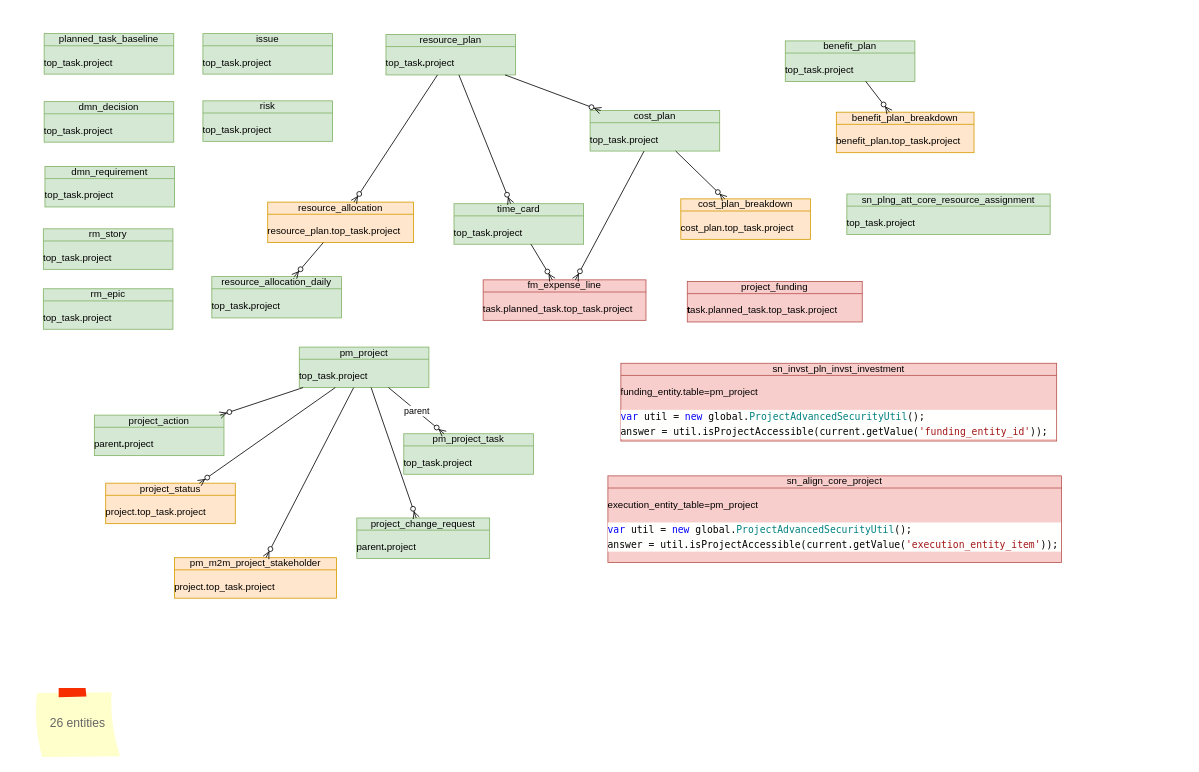
algimas/tmp keeps this draw.io diagram as page "topSecret" (3 of 15) of JTI.drawio. Above is the earlier version. Source tidied: cells renumbered, new cells numbered last; positions are measured from the earlier drawing's top-left corner, leaving out a move shared by most shapes. Both pictures are drawn from the tidied source at 81%, with x=0, y=0 at pixel (34, 33).
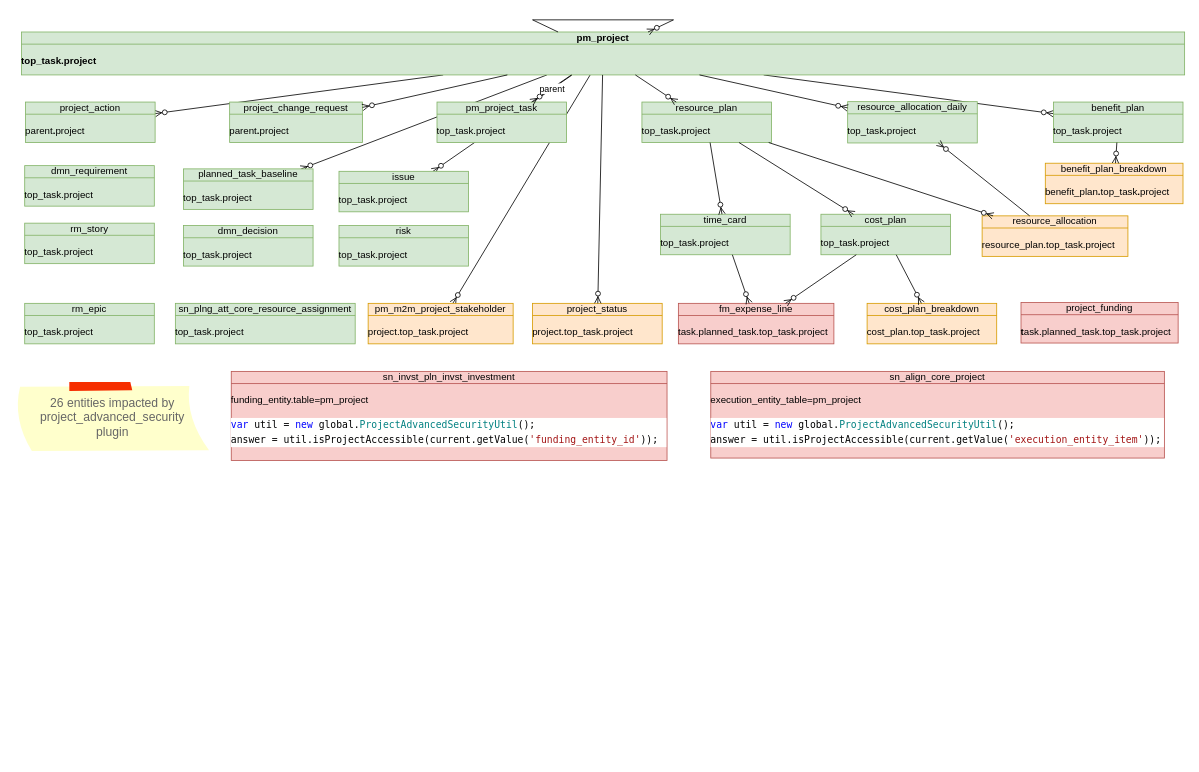
The same page after the edit.

What changed in the source:
```diff
@@
+    <mxCell id="12" style="fontSize=12;html=1;endArrow=ERzeroToMany;endFill=1;rounded=0;" parent="1" edge="1" source="2" target="11">
+      <mxGeometry relative="1" as="geometry" />
+    </mxCell>
+    <mxCell id="43" style="fontSize=12;html=1;endArrow=ERzeroToMany;endFill=1;rounded=0;" parent="1" edge="1" source="2" target="23">
+      <mxGeometry relative="1" as="geometry" />
+    </mxCell>
+    <mxCell id="44" style="fontSize=12;html=1;endArrow=ERzeroToMany;endFill=1;rounded=0;" parent="1" edge="1" source="2" target="24">
+      <mxGeometry relative="1" as="geometry" />
+    </mxCell>
+    <mxCell id="40" style="fontSize=12;html=1;endArrow=ERzeroToMany;endFill=1;rounded=0;" parent="1" edge="1" source="2" target="39">
+      <mxGeometry relative="1" as="geometry" />
+    </mxCell>
+    <mxCell id="45" style="fontSize=12;html=1;endArrow=ERzeroToMany;endFill=1;rounded=0;" parent="1" edge="1" source="2" target="10">
+      <mxGeometry relative="1" as="geometry" />
+    </mxCell>
-    <mxCell id="2" value="&lt;div&gt;&lt;span style=&quot;font-weight: normal;&quot;&gt;pm_project&lt;/span&gt;&lt;/div&gt;&lt;div&gt;&lt;br&gt;&lt;/div&gt;&lt;div align=&quot;left&quot;&gt;&lt;span style=&quot;font-weight: normal;&quot;&gt;top_task.project&lt;/span&gt;&lt;/div&gt;" style="html=1;outlineConnect=0;whiteSpace=wrap;fillColor=#d5e8d4;shape=mxgraph.archimate3.businessObject;overflow=fill;strokeColor=#82b366;fontStyle=1;" parent="1" vertex="1">
-      <mxGeometry x="327" y="387" width="160" height="50" as="geometry" />
+    <mxCell id="2" value="&lt;div&gt;pm_project&lt;/div&gt;&lt;div&gt;&lt;br&gt;&lt;/div&gt;&lt;div align=&quot;left&quot;&gt;top_task.project&lt;/div&gt;" style="html=1;outlineConnect=0;whiteSpace=wrap;fillColor=#d5e8d4;shape=mxgraph.archimate3.businessObject;overflow=fill;strokeColor=#82b366;fontStyle=1;" parent="1" vertex="1">
+      <mxGeometry x="-16" y="-2" width="1436" height="53" as="geometry" />
     </mxCell>
     <mxCell id="3" value="&lt;div&gt;&lt;span style=&quot;font-weight: normal;&quot;&gt;project_status&lt;/span&gt;&lt;/div&gt;&lt;div&gt;&lt;br&gt;&lt;/div&gt;&lt;div align=&quot;left&quot;&gt;&lt;span style=&quot;font-weight: normal;&quot;&gt;project.top_task.&lt;/span&gt;&lt;span style=&quot;font-weight: normal;&quot;&gt;project&lt;/span&gt;&lt;/div&gt;" style="html=1;outlineConnect=0;whiteSpace=wrap;fillColor=#ffe6cc;shape=mxgraph.archimate3.businessObject;overflow=fill;strokeColor=#d79b00;fontStyle=1;" parent="1" vertex="1">
-      <mxGeometry x="88" y="555" width="160" height="50" as="geometry" />
+      <mxGeometry x="615" y="333" width="160" height="50" as="geometry" />
     </mxCell>
@@
     <mxCell id="5" value="&lt;div&gt;&lt;span style=&quot;font-weight: normal;&quot;&gt;pm_project_task&lt;/span&gt;&lt;/div&gt;&lt;div&gt;&lt;br&gt;&lt;/div&gt;&lt;div align=&quot;left&quot;&gt;&lt;span style=&quot;font-weight: normal;&quot;&gt;top_task.project&lt;/span&gt;&lt;/div&gt;" style="html=1;outlineConnect=0;whiteSpace=wrap;fillColor=#d5e8d4;shape=mxgraph.archimate3.businessObject;overflow=fill;strokeColor=#82b366;fontStyle=1;" parent="1" vertex="1">
-      <mxGeometry x="456" y="494" width="160" height="50" as="geometry" />
+      <mxGeometry x="497" y="84.5" width="160" height="50" as="geometry" />
     </mxCell>
@@
     <mxCell id="8" value="&lt;div&gt;&lt;span style=&quot;font-weight: normal;&quot;&gt;cost_plan&lt;/span&gt;&lt;/div&gt;&lt;div&gt;&lt;br&gt;&lt;/div&gt;&lt;div align=&quot;left&quot;&gt;&lt;span style=&quot;font-weight: normal;&quot;&gt;top_task.&lt;/span&gt;&lt;span style=&quot;font-weight: normal;&quot;&gt;project&lt;/span&gt;&lt;/div&gt;" style="html=1;outlineConnect=0;whiteSpace=wrap;fillColor=#d5e8d4;shape=mxgraph.archimate3.businessObject;overflow=fill;strokeColor=#82b366;fontStyle=1;shadow=0;" parent="1" vertex="1">
-      <mxGeometry x="686" y="95" width="160" height="50" as="geometry" />
+      <mxGeometry x="971" y="223" width="160" height="50" as="geometry" />
     </mxCell>
     <mxCell id="9" value="&lt;div&gt;&lt;span style=&quot;font-weight: normal;&quot;&gt;risk&lt;/span&gt;&lt;/div&gt;&lt;div&gt;&lt;br&gt;&lt;/div&gt;&lt;div align=&quot;left&quot;&gt;&lt;span style=&quot;font-weight: normal;&quot;&gt;top_task.&lt;/span&gt;&lt;span style=&quot;font-weight: normal;&quot;&gt;project&lt;/span&gt;&lt;/div&gt;" style="html=1;whiteSpace=wrap;fillColor=#d5e8d4;shape=mxgraph.archimate3.businessObject;overflow=fill;strokeColor=#82b366;fontStyle=1;" parent="1" vertex="1">
-      <mxGeometry x="208" y="83" width="160" height="50" as="geometry" />
+      <mxGeometry x="376" y="237" width="160" height="50" as="geometry" />
     </mxCell>
     <mxCell id="10" value="&lt;div&gt;&lt;span style=&quot;font-weight: normal;&quot;&gt;issue&lt;/span&gt;&lt;/div&gt;&lt;div&gt;&lt;br&gt;&lt;/div&gt;&lt;div align=&quot;left&quot;&gt;&lt;span style=&quot;font-weight: normal;&quot;&gt;top_task.project&lt;/span&gt;&lt;/div&gt;" style="html=1;outlineConnect=0;whiteSpace=wrap;fillColor=#d5e8d4;shape=mxgraph.archimate3.businessObject;overflow=fill;strokeColor=#82b366;fontStyle=1;" parent="1" vertex="1">
-      <mxGeometry x="208" width="160" height="50" as="geometry" />
+      <mxGeometry x="376" y="170" width="160" height="50" as="geometry" />
     </mxCell>
     <mxCell id="11" value="&lt;div&gt;pm_m2m_project_stakeholder&lt;/div&gt;&lt;div&gt;&lt;br&gt;&lt;/div&gt;&lt;div align=&quot;left&quot;&gt;&lt;span style=&quot;font-weight: normal;&quot;&gt;project.top_task.project&lt;/span&gt;&lt;/div&gt;" style="html=1;outlineConnect=0;whiteSpace=wrap;fillColor=#ffe6cc;shape=mxgraph.archimate3.businessObject;overflow=fill;strokeColor=#d79b00;" parent="1" vertex="1">
-      <mxGeometry x="173" y="647" width="200" height="50" as="geometry" />
+      <mxGeometry x="412" y="333" width="179" height="50" as="geometry" />
     </mxCell>
-    <mxCell id="12" style="fontSize=12;html=1;endArrow=ERzeroToMany;endFill=1;rounded=0;" parent="1" edge="1" source="2" target="11">
-      <mxGeometry relative="1" as="geometry" />
-    </mxCell>
     <mxCell id="13" value="&lt;div&gt;&lt;span style=&quot;font-weight: normal;&quot;&gt;fm_expense_line&lt;/span&gt;&lt;/div&gt;&lt;div&gt;&lt;br&gt;&lt;/div&gt;&lt;div align=&quot;left&quot;&gt;&lt;span style=&quot;font-weight: normal;&quot;&gt;task.planned_task.top_task.project&lt;/span&gt;&lt;/div&gt;" style="html=1;outlineConnect=0;whiteSpace=wrap;fillColor=#f8cecc;shape=mxgraph.archimate3.businessObject;overflow=fill;strokeColor=#b85450;fontStyle=1;" parent="1" vertex="1">
-      <mxGeometry x="554" y="304" width="201" height="50" as="geometry" />
+      <mxGeometry x="795" y="333" width="192" height="50" as="geometry" />
     </mxCell>
     <mxCell id="14" value="&lt;div&gt;cost_plan_breakdown&lt;/div&gt;&lt;div&gt;&lt;br&gt;&lt;/div&gt;&lt;div align=&quot;left&quot;&gt;cost_plan.top_task.project&lt;/div&gt;" style="html=1;outlineConnect=0;whiteSpace=wrap;fillColor=#ffe6cc;shape=mxgraph.archimate3.businessObject;overflow=fill;strokeColor=#d79b00;" parent="1" vertex="1">
-      <mxGeometry x="798" y="204" width="160" height="50" as="geometry" />
+      <mxGeometry x="1028" y="333" width="160" height="50" as="geometry" />
     </mxCell>
@@
     <mxCell id="17" value="&lt;div&gt;&lt;span style=&quot;font-weight: normal;&quot;&gt;dmn_requirement&lt;/span&gt;&lt;/div&gt;&lt;div&gt;&lt;br&gt;&lt;/div&gt;&lt;div align=&quot;left&quot;&gt;&lt;span style=&quot;font-weight: normal;&quot;&gt;top_task.project&lt;/span&gt;&lt;/div&gt;" style="html=1;whiteSpace=wrap;fillColor=#d5e8d4;shape=mxgraph.archimate3.businessObject;overflow=fill;strokeColor=#82b366;fontStyle=1;" parent="1" vertex="1">
-      <mxGeometry x="13" y="164" width="160" height="50" as="geometry" />
+      <mxGeometry x="-12" y="163" width="160" height="50" as="geometry" />
     </mxCell>
     <mxCell id="18" value="&lt;div&gt;&lt;span style=&quot;font-weight: normal;&quot;&gt;resource_plan&lt;/span&gt;&lt;/div&gt;&lt;div&gt;&lt;br&gt;&lt;/div&gt;&lt;div align=&quot;left&quot;&gt;&lt;span style=&quot;font-weight: normal;&quot;&gt;top_task&lt;/span&gt;.&lt;span style=&quot;font-weight: normal;&quot;&gt;project&lt;/span&gt;&lt;/div&gt;" style="html=1;outlineConnect=0;whiteSpace=wrap;fillColor=#d5e8d4;shape=mxgraph.archimate3.businessObject;overflow=fill;strokeColor=#82b366;fontStyle=1;" parent="1" vertex="1">
-      <mxGeometry x="434" y="1" width="160" height="50" as="geometry" />
+      <mxGeometry x="750" y="84.5" width="160" height="50" as="geometry" />
     </mxCell>
@@
     <mxCell id="20" value="&lt;div&gt;&lt;span style=&quot;font-weight: normal;&quot;&gt;time_card&lt;/span&gt;&lt;/div&gt;&lt;div&gt;&lt;span style=&quot;font-weight: normal;&quot;&gt;&lt;br&gt;&lt;/span&gt;&lt;/div&gt;&lt;div align=&quot;left&quot;&gt;&lt;span style=&quot;font-weight: normal;&quot;&gt;top_task.&lt;/span&gt;&lt;span style=&quot;font-weight: normal;&quot;&gt;project&lt;/span&gt;&lt;/div&gt;" style="html=1;outlineConnect=0;whiteSpace=wrap;fillColor=#d5e8d4;shape=mxgraph.archimate3.businessObject;overflow=fill;strokeColor=#82b366;fontStyle=1;" parent="1" vertex="1">
-      <mxGeometry x="518" y="210" width="160" height="50" as="geometry" />
+      <mxGeometry x="773" y="223" width="160" height="50" as="geometry" />
     </mxCell>
@@
     <mxCell id="23" value="&lt;div&gt;&lt;span style=&quot;font-weight: normal;&quot;&gt;benefit_plan&lt;/span&gt;&lt;/div&gt;&lt;div&gt;&lt;br&gt;&lt;/div&gt;&lt;div align=&quot;left&quot;&gt;&lt;span style=&quot;font-weight: normal;&quot;&gt;top_task.&lt;/span&gt;&lt;span style=&quot;font-weight: normal;&quot;&gt;project&lt;/span&gt;&lt;/div&gt;" style="html=1;outlineConnect=0;whiteSpace=wrap;fillColor=#d5e8d4;shape=mxgraph.archimate3.businessObject;overflow=fill;strokeColor=#82b366;fontStyle=1;shadow=0;" parent="1" vertex="1">
-      <mxGeometry x="927" y="9" width="160" height="50" as="geometry" />
+      <mxGeometry x="1258" y="84.5" width="160" height="50" as="geometry" />
     </mxCell>
     <mxCell id="24" value="&lt;div&gt;&lt;span style=&quot;font-weight: normal;&quot;&gt;planned_task_baseline&lt;/span&gt;&lt;/div&gt;&lt;div&gt;&lt;br&gt;&lt;/div&gt;&lt;div align=&quot;left&quot;&gt;&lt;span style=&quot;font-weight: normal;&quot;&gt;top_task.project&lt;/span&gt;&lt;/div&gt;" style="html=1;outlineConnect=0;whiteSpace=wrap;fillColor=#d5e8d4;shape=mxgraph.archimate3.businessObject;overflow=fill;strokeColor=#82b366;fontStyle=1;" parent="1" vertex="1">
-      <mxGeometry x="12" width="160" height="50" as="geometry" />
+      <mxGeometry x="184" y="167" width="160" height="50" as="geometry" />
     </mxCell>
     <mxCell id="25" value="&lt;div&gt;&lt;span style=&quot;font-weight: normal;&quot;&gt;benefit_plan_breakdown&lt;/span&gt;&lt;/div&gt;&lt;div&gt;&lt;br&gt;&lt;/div&gt;&lt;div align=&quot;left&quot;&gt;&lt;span style=&quot;font-weight: normal;&quot;&gt;benefit_plan&lt;/span&gt;.&lt;span style=&quot;font-weight: normal;&quot;&gt;top_task&lt;/span&gt;.&lt;span style=&quot;font-weight: normal;&quot;&gt;project&lt;/span&gt;&lt;/div&gt;" style="html=1;outlineConnect=0;whiteSpace=wrap;fillColor=#ffe6cc;shape=mxgraph.archimate3.businessObject;overflow=fill;strokeColor=#d79b00;fontStyle=1;shadow=0;" parent="1" vertex="1">
-      <mxGeometry x="990" y="97" width="170" height="50" as="geometry" />
+      <mxGeometry x="1248" y="160" width="170" height="50" as="geometry" />
     </mxCell>
@@
     <mxCell id="27" value="&lt;div&gt;&lt;span style=&quot;font-weight: normal;&quot;&gt;sn_plng_att_core_resource_assignment&lt;/span&gt;&lt;/div&gt;&lt;div&gt;&lt;br&gt;&lt;/div&gt;&lt;div align=&quot;left&quot;&gt;&lt;span style=&quot;font-weight: normal;&quot;&gt;top_task.&lt;/span&gt;&lt;span style=&quot;font-weight: normal;&quot;&gt;project&lt;/span&gt;&lt;/div&gt;" style="html=1;whiteSpace=wrap;fillColor=#d5e8d4;shape=mxgraph.archimate3.businessObject;overflow=fill;strokeColor=#82b366;fontStyle=1;" parent="1" vertex="1">
-      <mxGeometry x="1003" y="198" width="251" height="50" as="geometry" />
+      <mxGeometry x="174" y="333" width="222" height="50" as="geometry" />
     </mxCell>
     <mxCell id="28" value="&lt;div&gt;&lt;span style=&quot;font-weight: normal;&quot;&gt;sn_invst_pln_invst_investment&lt;/span&gt;&lt;/div&gt;&lt;div&gt;&lt;br&gt;&lt;/div&gt;&lt;div align=&quot;left&quot;&gt;&lt;span aria-label=&quot;Columns Section&quot; aria-hidden=&quot;false&quot; role=&quot;tabpanel&quot; style=&quot;display: block;&quot; id=&quot;section_tab.057f7a12bf7021007de108f7ff073947&quot; class=&quot;tabs2_section tabs2_section_1 tabs2_section1 tab_section&quot;&gt;&lt;span class=&quot;section&quot; id=&quot;section-057f7a12bf7021007de108f7ff073947&quot;&gt;&lt;span class=&quot;list_span_related embedded -tab-body&quot;&gt;&lt;span style=&quot;font-weight: normal;&quot;&gt;funding_entity.table=pm_project&lt;br&gt;&lt;br&gt;&lt;/span&gt;&lt;/span&gt;&lt;/span&gt;&lt;/span&gt;&lt;div style=&quot;color: rgb(0, 0, 0); background-color: rgb(255, 255, 254); font-family: Menlo, Monaco, &amp;quot;Courier New&amp;quot;, monospace; font-weight: normal; font-size: 12px; line-height: 18px; white-space: pre;&quot;&gt;&lt;div&gt;&lt;span style=&quot;color: rgb(0, 0, 255);&quot;&gt;var&lt;/span&gt;&lt;span style=&quot;color: rgb(0, 0, 0);&quot;&gt; util = &lt;/span&gt;&lt;span style=&quot;color: rgb(0, 0, 255);&quot;&gt;new&lt;/span&gt;&lt;span style=&quot;color: rgb(0, 0, 0);&quot;&gt; global.&lt;/span&gt;&lt;span style=&quot;color: rgb(0, 128, 128);&quot;&gt;ProjectAdvancedSecurityUtil&lt;/span&gt;&lt;span style=&quot;color: rgb(0, 0, 0);&quot;&gt;();&lt;/span&gt;&lt;/div&gt;&lt;div&gt;&lt;span style=&quot;color: rgb(0, 0, 0);&quot;&gt;answer = util.isProjectAccessible(current.getValue(&lt;/span&gt;&lt;span style=&quot;color: rgb(163, 21, 21);&quot;&gt;'funding_entity_id'&lt;/span&gt;&lt;span style=&quot;color: rgb(0, 0, 0);&quot;&gt;));&lt;/span&gt;&lt;/div&gt;&lt;/div&gt;&lt;span aria-label=&quot;Columns Section&quot; aria-hidden=&quot;false&quot; role=&quot;tabpanel&quot; style=&quot;display: block;&quot; id=&quot;section_tab.057f7a12bf7021007de108f7ff073947&quot; class=&quot;tabs2_section tabs2_section_1 tabs2_section1 tab_section&quot;&gt;&lt;br&gt;&lt;/span&gt;&lt;br&gt;&lt;/div&gt;" style="html=1;whiteSpace=wrap;fillColor=#f8cecc;shape=mxgraph.archimate3.businessObject;overflow=fill;strokeColor=#b85450;fontStyle=1;" parent="1" vertex="1">
-      <mxGeometry x="724" y="407" width="538" height="96" as="geometry" />
+      <mxGeometry x="243" y="417" width="538" height="110" as="geometry" />
     </mxCell>
     <mxCell id="29" value="&lt;div&gt;&lt;span style=&quot;font-weight: normal;&quot;&gt;sn_align_core_project&lt;/span&gt;&lt;/div&gt;&lt;div&gt;&lt;br&gt;&lt;/div&gt;&lt;div align=&quot;left&quot;&gt;&lt;span aria-label=&quot;Columns Section&quot; aria-hidden=&quot;false&quot; role=&quot;tabpanel&quot; style=&quot;display: block;&quot; id=&quot;section_tab.057f7a12bf7021007de108f7ff073947&quot; class=&quot;tabs2_section tabs2_section_1 tabs2_section1 tab_section&quot;&gt;&lt;span class=&quot;section&quot; id=&quot;section-057f7a12bf7021007de108f7ff073947&quot;&gt;&lt;span class=&quot;list_span_related embedded -tab-body&quot;&gt;&lt;span style=&quot;font-weight: normal;&quot;&gt;execution_entity_table=pm_project&lt;br&gt;&lt;br&gt;&lt;/span&gt;&lt;/span&gt;&lt;/span&gt;&lt;/span&gt;&lt;div style=&quot;color: rgb(0, 0, 0); background-color: rgb(255, 255, 254); font-family: Menlo, Monaco, &amp;quot;Courier New&amp;quot;, monospace; font-weight: normal; font-size: 12px; line-height: 18px; white-space: pre;&quot;&gt;&lt;div&gt;&lt;div style=&quot;color: rgb(0, 0, 0); background-color: rgb(255, 255, 254); font-family: Menlo, Monaco, &amp;quot;Courier New&amp;quot;, monospace; font-weight: normal; font-size: 12px; line-height: 18px; white-space: pre;&quot;&gt;&lt;div&gt;&lt;span style=&quot;color: rgb(0, 0, 255);&quot;&gt;var&lt;/span&gt;&lt;span style=&quot;color: rgb(0, 0, 0);&quot;&gt; util = &lt;/span&gt;&lt;span style=&quot;color: rgb(0, 0, 255);&quot;&gt;new&lt;/span&gt;&lt;span style=&quot;color: rgb(0, 0, 0);&quot;&gt; global.&lt;/span&gt;&lt;span style=&quot;color: rgb(0, 128, 128);&quot;&gt;ProjectAdvancedSecurityUtil&lt;/span&gt;&lt;span style=&quot;color: rgb(0, 0, 0);&quot;&gt;();&lt;/span&gt;&lt;/div&gt;&lt;div&gt;&lt;span style=&quot;color: rgb(0, 0, 0);&quot;&gt;answer = util.isProjectAccessible(current.getValue(&lt;/span&gt;&lt;span style=&quot;color: rgb(163, 21, 21);&quot;&gt;'execution_entity_item'&lt;/span&gt;&lt;span style=&quot;color: rgb(0, 0, 0);&quot;&gt;));&lt;/span&gt;&lt;/div&gt;&lt;/div&gt;&lt;/div&gt;&lt;/div&gt;&lt;span aria-label=&quot;Columns Section&quot; aria-hidden=&quot;false&quot; role=&quot;tabpanel&quot; style=&quot;display: block;&quot; id=&quot;section_tab.057f7a12bf7021007de108f7ff073947&quot; class=&quot;tabs2_section tabs2_section_1 tabs2_section1 tab_section&quot;&gt;&lt;br&gt;&lt;/span&gt;&lt;br&gt;&lt;br&gt;&lt;/div&gt;" style="html=1;whiteSpace=wrap;fillColor=#f8cecc;shape=mxgraph.archimate3.businessObject;overflow=fill;strokeColor=#b85450;fontStyle=1;" parent="1" vertex="1">
-      <mxGeometry x="708" y="546" width="560" height="107" as="geometry" />
+      <mxGeometry x="835" y="417" width="560" height="107" as="geometry" />
     </mxCell>
     <mxCell id="30" value="&lt;div&gt;&lt;span style=&quot;font-weight: normal;&quot;&gt;rm_story&lt;/span&gt;&lt;/div&gt;&lt;div&gt;&lt;br&gt;&lt;/div&gt;&lt;div align=&quot;left&quot;&gt;&lt;span style=&quot;font-weight: normal;&quot;&gt;top_task.&lt;/span&gt;&lt;span style=&quot;font-weight: normal;&quot;&gt;project&lt;/span&gt;&lt;/div&gt;" style="html=1;whiteSpace=wrap;fillColor=#d5e8d4;shape=mxgraph.archimate3.businessObject;overflow=fill;strokeColor=#82b366;fontStyle=1;shadow=0;" parent="1" vertex="1">
-      <mxGeometry x="11" y="241" width="160" height="50" as="geometry" />
+      <mxGeometry x="-12" y="234" width="160" height="50" as="geometry" />
     </mxCell>
     <mxCell id="31" value="&lt;div&gt;&lt;span style=&quot;font-weight: normal;&quot;&gt;rm_epic&lt;/span&gt;&lt;/div&gt;&lt;div&gt;&lt;br&gt;&lt;/div&gt;&lt;div align=&quot;left&quot;&gt;&lt;span style=&quot;font-weight: normal;&quot;&gt;top_task.&lt;/span&gt;&lt;span style=&quot;font-weight: normal;&quot;&gt;project&lt;/span&gt;&lt;/div&gt;" style="html=1;whiteSpace=wrap;fillColor=#d5e8d4;shape=mxgraph.archimate3.businessObject;overflow=fill;strokeColor=#82b366;fontStyle=1;shadow=0;" parent="1" vertex="1">
-      <mxGeometry x="11" y="315" width="160" height="50" as="geometry" />
+      <mxGeometry x="-12" y="333" width="160" height="50" as="geometry" />
     </mxCell>
     <mxCell id="32" value="&lt;div&gt;&lt;span style=&quot;font-weight: normal;&quot;&gt;resource_allocation_daily&lt;/span&gt;&lt;/div&gt;&lt;div&gt;&lt;br&gt;&lt;/div&gt;&lt;div align=&quot;left&quot;&gt;&lt;span style=&quot;font-weight: normal;&quot;&gt;top_task&lt;/span&gt;.&lt;span style=&quot;font-weight: normal;&quot;&gt;project&lt;/span&gt;&lt;/div&gt;" style="html=1;outlineConnect=0;whiteSpace=wrap;fillColor=#d5e8d4;shape=mxgraph.archimate3.businessObject;overflow=fill;strokeColor=#82b366;fontStyle=1;" parent="1" vertex="1">
-      <mxGeometry x="219" y="300" width="160" height="51" as="geometry" />
+      <mxGeometry x="1004" y="84" width="160" height="51" as="geometry" />
     </mxCell>
     <mxCell id="33" value="&lt;div&gt;&lt;span style=&quot;font-weight: normal;&quot;&gt;resource_allocation&lt;/span&gt;&lt;/div&gt;&lt;div&gt;&lt;br&gt;&lt;/div&gt;&lt;div align=&quot;left&quot;&gt;&lt;span style=&quot;font-weight: normal;&quot;&gt;resource_plan.top_task.&lt;/span&gt;&lt;span style=&quot;font-weight: normal;&quot;&gt;project&lt;/span&gt;&lt;/div&gt;" style="html=1;outlineConnect=0;whiteSpace=wrap;fillColor=#ffe6cc;shape=mxgraph.archimate3.businessObject;overflow=fill;strokeColor=#d79b00;fontStyle=1;" parent="1" vertex="1">
-      <mxGeometry x="288" y="208" width="180" height="50" as="geometry" />
+      <mxGeometry x="1170" y="225" width="180" height="50" as="geometry" />
     </mxCell>
@@
     <mxCell id="36" value="&lt;div&gt;&lt;span style=&quot;font-weight: normal;&quot;&gt;project_funding&lt;/span&gt;&lt;/div&gt;&lt;div&gt;&lt;br&gt;&lt;/div&gt;&lt;div align=&quot;left&quot;&gt;t&lt;span style=&quot;font-weight: normal;&quot;&gt;ask.planned_task.top_task.project&lt;/span&gt;&lt;/div&gt;" style="html=1;whiteSpace=wrap;fillColor=#f8cecc;shape=mxgraph.archimate3.businessObject;overflow=fill;strokeColor=#b85450;fontStyle=1;" parent="1" vertex="1">
-      <mxGeometry x="806" y="306" width="216" height="50" as="geometry" />
+      <mxGeometry x="1218" y="332" width="194" height="50" as="geometry" />
     </mxCell>
     <mxCell id="37" value="&lt;div&gt;&lt;span style=&quot;font-weight: normal;&quot;&gt;project_change_request&lt;/span&gt;&lt;/div&gt;&lt;div&gt;&lt;br&gt;&lt;/div&gt;&lt;div align=&quot;left&quot;&gt;&lt;span style=&quot;font-weight: normal;&quot;&gt;parent&lt;/span&gt;.&lt;span style=&quot;font-weight: normal;&quot;&gt;project&lt;/span&gt;&lt;/div&gt;" style="html=1;outlineConnect=0;whiteSpace=wrap;fillColor=#d5e8d4;shape=mxgraph.archimate3.businessObject;overflow=fill;strokeColor=#82b366;fontStyle=1;" parent="1" vertex="1">
-      <mxGeometry x="398" y="598" width="164" height="50" as="geometry" />
+      <mxGeometry x="241" y="84.5" width="164" height="50" as="geometry" />
     </mxCell>
@@
     <mxCell id="39" value="&lt;div&gt;&lt;span style=&quot;font-weight: normal;&quot;&gt;project_action&lt;/span&gt;&lt;/div&gt;&lt;div&gt;&lt;br&gt;&lt;/div&gt;&lt;div align=&quot;left&quot;&gt;&lt;span style=&quot;font-weight: normal;&quot;&gt;parent&lt;/span&gt;.&lt;span style=&quot;font-weight: normal;&quot;&gt;project&lt;/span&gt;&lt;/div&gt;" style="html=1;outlineConnect=0;whiteSpace=wrap;fillColor=#d5e8d4;shape=mxgraph.archimate3.businessObject;overflow=fill;strokeColor=#82b366;fontStyle=1;" parent="1" vertex="1">
-      <mxGeometry x="74" y="471" width="160" height="50" as="geometry" />
+      <mxGeometry x="-11" y="84.5" width="160" height="50" as="geometry" />
     </mxCell>
-    <mxCell id="40" style="fontSize=12;html=1;endArrow=ERzeroToMany;endFill=1;rounded=0;" parent="1" edge="1" source="2" target="39">
-      <mxGeometry relative="1" as="geometry" />
-    </mxCell>
     <mxCell id="41" value="&lt;div&gt;&lt;span style=&quot;font-weight: normal;&quot;&gt;dmn_decision&lt;/span&gt;&lt;/div&gt;&lt;div&gt;&lt;br&gt;&lt;/div&gt;&lt;div align=&quot;left&quot;&gt;&lt;span style=&quot;font-weight: normal;&quot;&gt;top_task.project&lt;/span&gt;&lt;/div&gt;" style="html=1;whiteSpace=wrap;fillColor=#d5e8d4;shape=mxgraph.archimate3.businessObject;overflow=fill;strokeColor=#82b366;fontStyle=1;" parent="1" vertex="1">
-      <mxGeometry x="12" y="84" width="160" height="50" as="geometry" />
+      <mxGeometry x="184" y="237" width="160" height="50" as="geometry" />
     </mxCell>
-    <mxCell id="42" value="26 entities" style="strokeWidth=1;shadow=0;dashed=0;align=center;html=1;shape=mxgraph.mockup.text.stickyNote2;fontColor=#666666;mainText=;fontSize=15;whiteSpace=wrap;fillColor=#ffffcc;strokeColor=#F62E00;" parent="1" vertex="1">
-      <mxGeometry y="808" width="107" height="86" as="geometry" />
+    <mxCell id="42" value="&lt;div&gt;26 entities impacted by project_advanced_security&lt;/div&gt;plugin" style="strokeWidth=1;shadow=0;dashed=0;align=center;html=1;shape=mxgraph.mockup.text.stickyNote2;fontColor=#666666;mainText=;fontSize=15;whiteSpace=wrap;fillColor=#ffffcc;strokeColor=#F62E00;" parent="1" vertex="1">
+      <mxGeometry x="-25" y="430" width="243" height="86" as="geometry" />
     </mxCell>
+    <mxCell id="46" style="fontSize=12;html=1;endArrow=ERzeroToMany;endFill=1;rounded=0;" parent="1" edge="1" source="2" target="2">
+      <mxGeometry relative="1" as="geometry">
+        <Array as="points">
+          <mxPoint x="789" y="-17" />
+        </Array>
+      </mxGeometry>
+    </mxCell>
+    <mxCell id="47" style="fontSize=12;html=1;endArrow=ERzeroToMany;endFill=1;rounded=0;" parent="1" edge="1" source="2" target="18">
+      <mxGeometry relative="1" as="geometry" />
+    </mxCell>
+    <mxCell id="48" style="fontSize=12;html=1;endArrow=ERzeroToMany;endFill=1;rounded=0;" parent="1" edge="1" source="2" target="32">
+      <mxGeometry relative="1" as="geometry" />
+    </mxCell>
```
